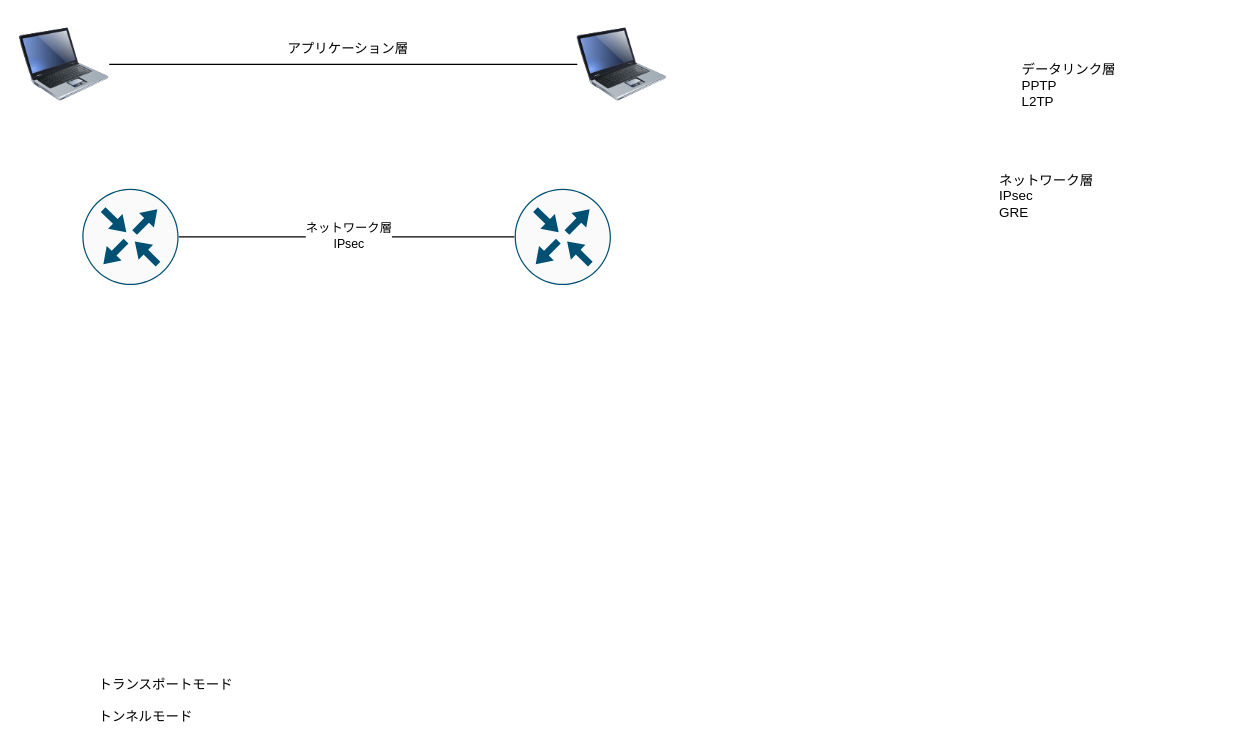
The draw.io diagram IPsec_GRE.drawio in kyforprogram/ccna, before the edit. Source tidied: cells renumbered, new cells numbered last; positions are measured from the earlier drawing's top-left corner, leaving out a move shared by most shapes. Both pictures are drawn from the tidied source at 112%, with x=0, y=0 at pixel (19, 19).
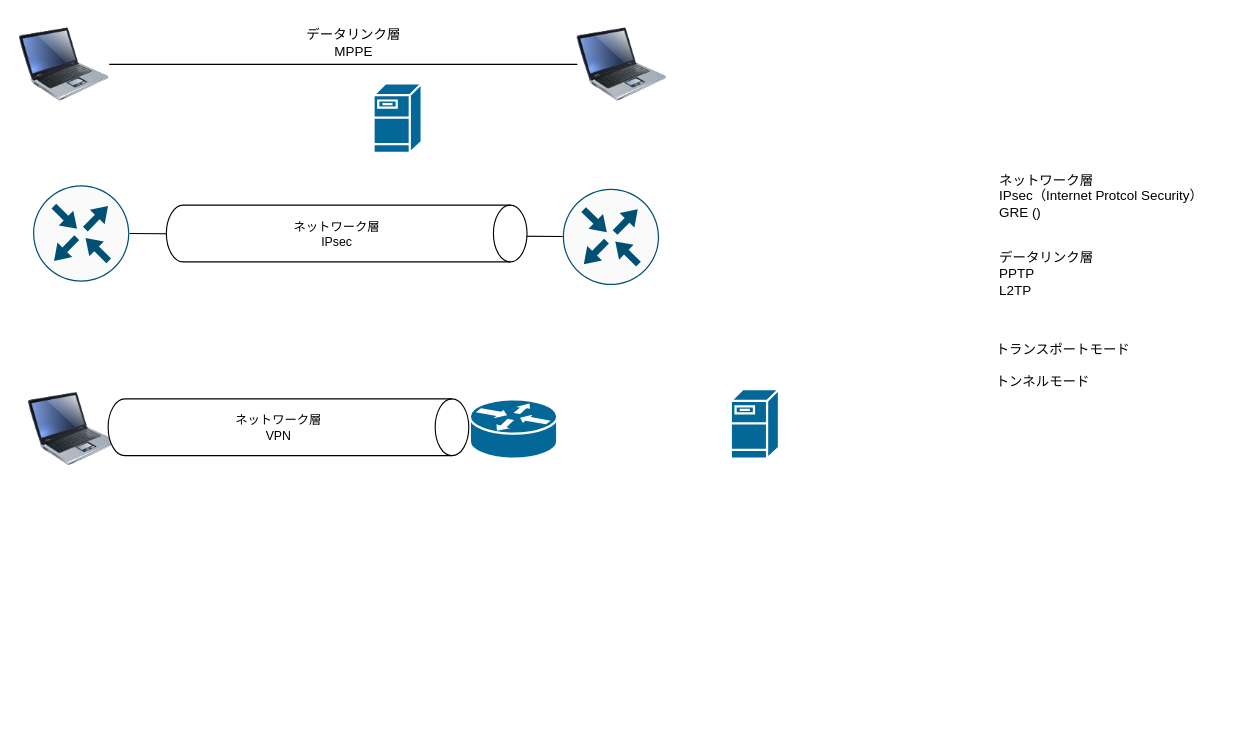
The same page after the edit.

Commit message:
IPsec_GRE.drawio を更新します

Unchanged cells that the change refers to:
```xml
<mxCell id="6" style="edgeStyle=none;shape=connector;rounded=0;jettySize=auto;html=1;exitX=1;exitY=0.5;exitDx=0;exitDy=0;exitPerimeter=0;labelBackgroundColor=default;strokeColor=default;fontFamily=Helvetica;fontSize=11;fontColor=default;endArrow=none;endFill=0;" parent="1" edge="1" source="8" target="9">
  <mxGeometry relative="1" as="geometry" />
</mxCell>
```

What changed in the source:
```diff
@@
-    <mxCell id="5" value="アプリケーション層" style="text;html=1;align=center;verticalAlign=middle;strokeColor=none;fillColor=none;" parent="1" vertex="1">
-      <mxGeometry x="230" y="13" width="126" height="26" as="geometry" />
-    </mxCell>
@@
-    <mxCell id="7" value="ネットワーク層&lt;br&gt;IPsec" style="edgeLabel;html=1;align=center;verticalAlign=middle;fontSize=11;fontFamily=Helvetica;fontColor=default;" parent="6" vertex="1">
-      <mxGeometry x="-0.24" y="2" relative="1" as="geometry">
-        <mxPoint x="37" as="offset" />
-      </mxGeometry>
-    </mxCell>
     <mxCell id="8" style="sketch=0;points=[[0.5,0,0],[1,0.5,0],[0.5,1,0],[0,0.5,0],[0.145,0.145,0],[0.8555,0.145,0],[0.855,0.8555,0],[0.145,0.855,0]];verticalLabelPosition=bottom;html=1;verticalAlign=top;align=center;shape=mxgraph.cisco19.rect;prIcon=router;fillColor=#FAFAFA;strokeColor=#005073;fontFamily=Helvetica;fontSize=11;fontColor=default;" parent="1" vertex="1">
-      <mxGeometry x="56" y="151" width="86" height="86" as="geometry" />
+      <mxGeometry x="12" y="148" width="86" height="86" as="geometry" />
     </mxCell>
     <mxCell id="9" style="sketch=0;points=[[0.5,0,0],[1,0.5,0],[0.5,1,0],[0,0.5,0],[0.145,0.145,0],[0.8555,0.145,0],[0.855,0.8555,0],[0.145,0.855,0]];verticalLabelPosition=bottom;html=1;verticalAlign=top;align=center;shape=mxgraph.cisco19.rect;prIcon=router;fillColor=#FAFAFA;strokeColor=#005073;fontFamily=Helvetica;fontSize=11;fontColor=default;" parent="1" vertex="1">
-      <mxGeometry x="442" y="151" width="86" height="86" as="geometry" />
+      <mxGeometry x="485" y="151" width="86" height="86" as="geometry" />
     </mxCell>
     <mxCell id="10" value="トランスポートモード&lt;br&gt;&lt;br&gt;トンネルモード&lt;br&gt;" style="text;html=1;align=left;verticalAlign=middle;strokeColor=none;fillColor=none;" parent="1" vertex="1">
-      <mxGeometry x="69" y="580" width="138" height="55" as="geometry" />
+      <mxGeometry x="870" y="281" width="138" height="55" as="geometry" />
     </mxCell>
     <mxCell id="11" value="データリンク層&lt;br&gt;PPTP&lt;br&gt;L2TP" style="text;html=1;align=left;verticalAlign=middle;strokeColor=none;fillColor=none;" parent="1" vertex="1">
-      <mxGeometry x="893" y="31" width="102" height="55" as="geometry" />
+      <mxGeometry x="873" y="199" width="102" height="55" as="geometry" />
     </mxCell>
-    <mxCell id="12" value="ネットワーク層&lt;br&gt;IPsec&lt;br&gt;GRE" style="text;html=1;align=left;verticalAlign=middle;strokeColor=none;fillColor=none;" parent="1" vertex="1">
-      <mxGeometry x="873" y="130" width="102" height="55" as="geometry" />
+    <mxCell id="12" value="ネットワーク層&lt;br&gt;IPsec（Internet Protcol Security）&lt;br&gt;GRE ()" style="text;html=1;align=left;verticalAlign=middle;strokeColor=none;fillColor=none;" parent="1" vertex="1">
+      <mxGeometry x="873" y="130" width="200" height="55" as="geometry" />
     </mxCell>
+    <mxCell id="13" value="データリンク層&lt;br&gt;MPPE" style="text;html=1;align=center;verticalAlign=middle;strokeColor=none;fillColor=none;" parent="1" vertex="1">
+      <mxGeometry x="247" width="102" height="41" as="geometry" />
+    </mxCell>
+    <mxCell id="14" style="group;" parent="1" vertex="1">
+      <mxGeometry x="156" y="161" width="272" height="60" as="geometry" />
+    </mxCell>
+    <mxCell id="15" style="shape=cylinder3;whiteSpace=wrap;html=1;boundedLbl=1;backgroundOutline=1;size=15;rotation=90;" parent="14" vertex="1">
+      <mxGeometry x="110.7" y="-131" width="50.7" height="322" as="geometry" />
+    </mxCell>
+    <mxCell id="7" value="ネットワーク層&lt;br&gt;IPsec" style="edgeLabel;html=1;align=center;verticalAlign=middle;fontSize=11;fontFamily=Helvetica;fontColor=default;" parent="14" vertex="1">
+      <mxGeometry x="126.7" y="30" as="geometry" />
+    </mxCell>
+    <mxCell id="16" style="image;html=1;image=img/lib/clip_art/computers/Laptop_128x128.png;" parent="1" vertex="1">
+      <mxGeometry x="8" y="325.5" width="80" height="80" as="geometry" />
+    </mxCell>
+    <mxCell id="17" style="shape=mxgraph.cisco.servers.fileserver;sketch=0;html=1;dashed=0;fillColor=#036897;strokeColor=#ffffff;strokeWidth=2;verticalLabelPosition=bottom;verticalAlign=top;align=center;fontFamily=Helvetica;fontSize=11;fontColor=default;" parent="1" vertex="1">
+      <mxGeometry x="316" y="57" width="43" height="62" as="geometry" />
+    </mxCell>
+    <mxCell id="18" style="shape=mxgraph.cisco.routers.router;sketch=0;html=1;dashed=0;fillColor=#036897;strokeColor=#ffffff;strokeWidth=2;verticalLabelPosition=bottom;verticalAlign=top;align=center;fontFamily=Helvetica;fontSize=11;fontColor=default;" parent="1" vertex="1">
+      <mxGeometry x="402" y="339" width="78" height="53" as="geometry" />
+    </mxCell>
+    <mxCell id="19" style="shape=mxgraph.cisco.servers.fileserver;sketch=0;html=1;dashed=0;fillColor=#036897;strokeColor=#ffffff;strokeWidth=2;verticalLabelPosition=bottom;verticalAlign=top;align=center;fontFamily=Helvetica;fontSize=11;fontColor=default;" parent="1" vertex="1">
+      <mxGeometry x="635" y="330" width="43" height="62" as="geometry" />
+    </mxCell>
+    <mxCell id="20" style="group;" parent="1" vertex="1">
+      <mxGeometry x="104" y="334" width="272" height="60" as="geometry" />
+    </mxCell>
+    <mxCell id="21" style="shape=cylinder3;whiteSpace=wrap;html=1;boundedLbl=1;backgroundOutline=1;size=15;rotation=90;" parent="20" vertex="1">
+      <mxGeometry x="110.7" y="-131" width="50.7" height="322" as="geometry" />
+    </mxCell>
+    <mxCell id="22" value="ネットワーク層&lt;br&gt;VPN" style="edgeLabel;html=1;align=center;verticalAlign=middle;fontSize=11;fontFamily=Helvetica;fontColor=default;" parent="20" vertex="1">
+      <mxGeometry x="126.7" y="30" as="geometry" />
+    </mxCell>
```
